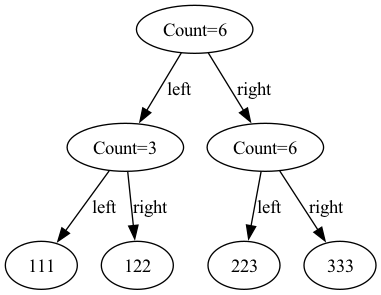
tiballion/rope-structure keeps this Graphviz diagram as rope_graph.png. Above is the earlier version. Its source is kept beside it as rope_graph.dot.
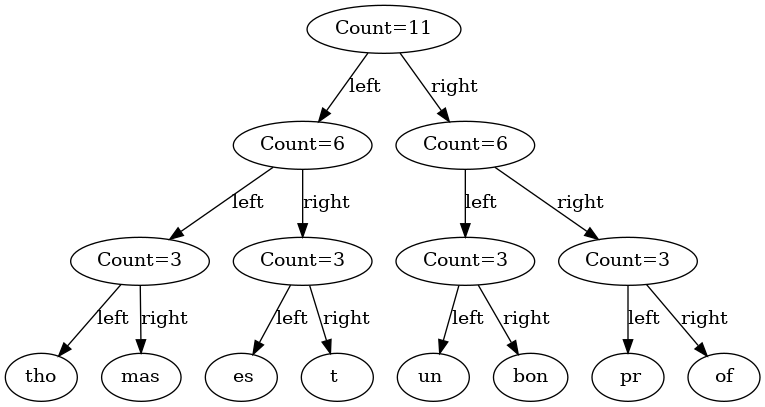
Later version of the same file.

Diff of the diagram source:
```diff
@@ -1,15 +1,31 @@
 digraph Rope {
-node0x13ee06b40 [label="Count=6"];
-node0x13ee06b40 -> node0x13ee06aa0 [label="left"];
-node0x13ee06aa0 [label="Count=3"];
-node0x13ee06aa0 -> node0x13ee06ad0 [label="left"];
-node0x13ee06ad0 [label="111"];
-node0x13ee06aa0 -> node0x13ee068c0 [label="right"];
-node0x13ee068c0 [label="122"];
-node0x13ee06b40 -> node0x13ee06900 [label="right"];
-node0x13ee06900 [label="Count=6"];
-node0x13ee06900 -> node0x13ee06930 [label="left"];
-node0x13ee06930 [label="223"];
-node0x13ee06900 -> node0x13ee06970 [label="right"];
-node0x13ee06970 [label="333"];
+node0x560f31e562a0 [label="Count=11"];
+node0x560f31e562a0 -> node0x560f31e562d0 [label="left"];
+node0x560f31e562d0 [label="Count=6"];
+node0x560f31e562d0 -> node0x560f31e56300 [label="left"];
+node0x560f31e56300 [label="Count=3"];
+node0x560f31e56300 -> node0x560f31e56330 [label="left"];
+node0x560f31e56330 [label="tho"];
+node0x560f31e56300 -> node0x560f31e56380 [label="right"];
+node0x560f31e56380 [label="mas"];
+node0x560f31e562d0 -> node0x560f31e563d0 [label="right"];
+node0x560f31e563d0 [label="Count=3"];
+node0x560f31e563d0 -> node0x560f31e56400 [label="left"];
+node0x560f31e56400 [label=" es"];
+node0x560f31e563d0 -> node0x560f31e56450 [label="right"];
+node0x560f31e56450 [label="t "];
+node0x560f31e562a0 -> node0x560f31e564a0 [label="right"];
+node0x560f31e564a0 [label="Count=6"];
+node0x560f31e564a0 -> node0x560f31e564d0 [label="left"];
+node0x560f31e564d0 [label="Count=3"];
+node0x560f31e564d0 -> node0x560f31e56500 [label="left"];
+node0x560f31e56500 [label="un "];
+node0x560f31e564d0 -> node0x560f31e56550 [label="right"];
+node0x560f31e56550 [label="bon"];
+node0x560f31e564a0 -> node0x560f31e565a0 [label="right"];
+node0x560f31e565a0 [label="Count=3"];
+node0x560f31e565a0 -> node0x560f31e565d0 [label="left"];
+node0x560f31e565d0 [label=" pr"];
+node0x560f31e565a0 -> node0x560f31e56620 [label="right"];
+node0x560f31e56620 [label="of"];
 }
```
